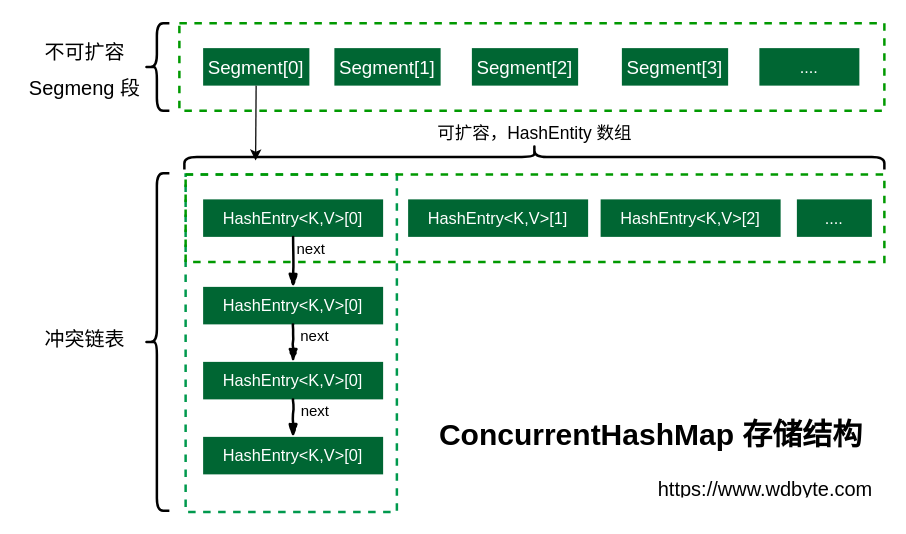
The draw.io diagram draw/Untitled Diagram.drawio in niumoo/cdn-assets, before the edit. Source tidied: cells renumbered, new cells numbered last; positions are measured from the earlier drawing's top-left corner, leaving out a move shared by most shapes. Both pictures are drawn from the tidied source at 125%, with x=0, y=0 at pixel (21, 22).
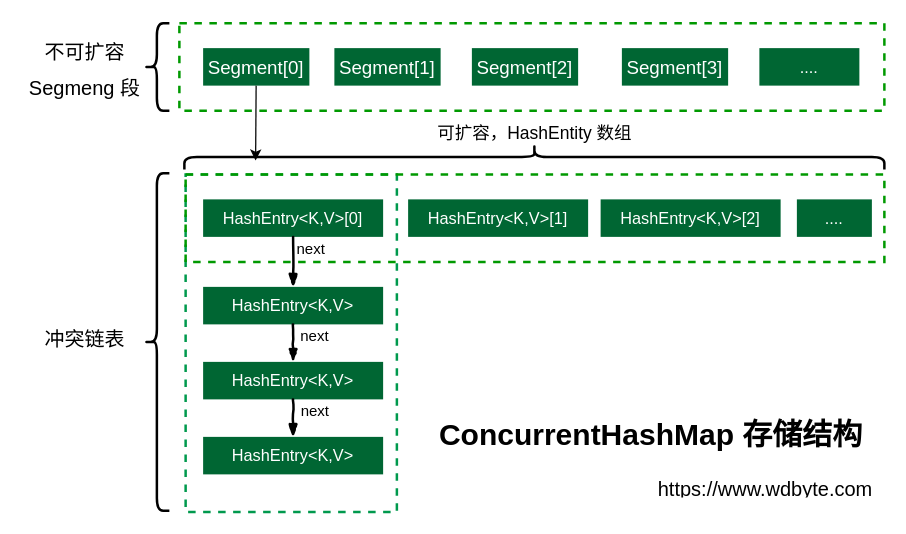
The same diagram, later.

Diff of the diagram source:
```diff
@@
-    <mxCell id="15" value="&lt;pre style=&quot;font-family: &amp;#34;jetbrains mono&amp;#34; ; font-size: 9.8pt&quot;&gt;&lt;font color=&quot;#ffffff&quot;&gt;HashEntry&amp;lt;K,V&amp;gt;[0]&lt;/font&gt;&lt;/pre&gt;" style="rounded=0;whiteSpace=wrap;html=1;strokeColor=none;strokeWidth=2;fillColor=#006633;" parent="1" vertex="1">
+    <mxCell id="15" value="&lt;pre style=&quot;font-family: &amp;#34;jetbrains mono&amp;#34; ; font-size: 9.8pt&quot;&gt;&lt;font color=&quot;#ffffff&quot;&gt;HashEntry&amp;lt;K,V&amp;gt;&lt;/font&gt;&lt;/pre&gt;" style="rounded=0;whiteSpace=wrap;html=1;strokeColor=none;strokeWidth=2;fillColor=#006633;" parent="1" vertex="1">
       <mxGeometry x="145" y="211" width="144" height="30" as="geometry" />
     </mxCell>
-    <mxCell id="16" value="&lt;pre style=&quot;font-family: &amp;#34;jetbrains mono&amp;#34; ; font-size: 9.8pt&quot;&gt;&lt;font color=&quot;#ffffff&quot;&gt;HashEntry&amp;lt;K,V&amp;gt;[0]&lt;/font&gt;&lt;/pre&gt;" style="rounded=0;whiteSpace=wrap;html=1;strokeColor=none;strokeWidth=2;fillColor=#006633;" parent="1" vertex="1">
+    <mxCell id="16" value="&lt;pre style=&quot;font-family: &amp;#34;jetbrains mono&amp;#34; ; font-size: 9.8pt&quot;&gt;&lt;font color=&quot;#ffffff&quot;&gt;HashEntry&amp;lt;K,V&amp;gt;&lt;/font&gt;&lt;/pre&gt;" style="rounded=0;whiteSpace=wrap;html=1;strokeColor=none;strokeWidth=2;fillColor=#006633;" parent="1" vertex="1">
       <mxGeometry x="145" y="271" width="144" height="30" as="geometry" />
     </mxCell>
-    <mxCell id="17" value="&lt;pre style=&quot;font-family: &amp;#34;jetbrains mono&amp;#34; ; font-size: 9.8pt&quot;&gt;&lt;font color=&quot;#ffffff&quot;&gt;HashEntry&amp;lt;K,V&amp;gt;[0]&lt;/font&gt;&lt;/pre&gt;" style="rounded=0;whiteSpace=wrap;html=1;strokeColor=none;strokeWidth=2;fillColor=#006633;" parent="1" vertex="1">
+    <mxCell id="17" value="&lt;pre style=&quot;font-family: &amp;#34;jetbrains mono&amp;#34; ; font-size: 9.8pt&quot;&gt;&lt;font color=&quot;#ffffff&quot;&gt;HashEntry&amp;lt;K,V&amp;gt;&lt;/font&gt;&lt;/pre&gt;" style="rounded=0;whiteSpace=wrap;html=1;strokeColor=none;strokeWidth=2;fillColor=#006633;" parent="1" vertex="1">
       <mxGeometry x="145" y="331" width="144" height="30" as="geometry" />
     </mxCell>
```
